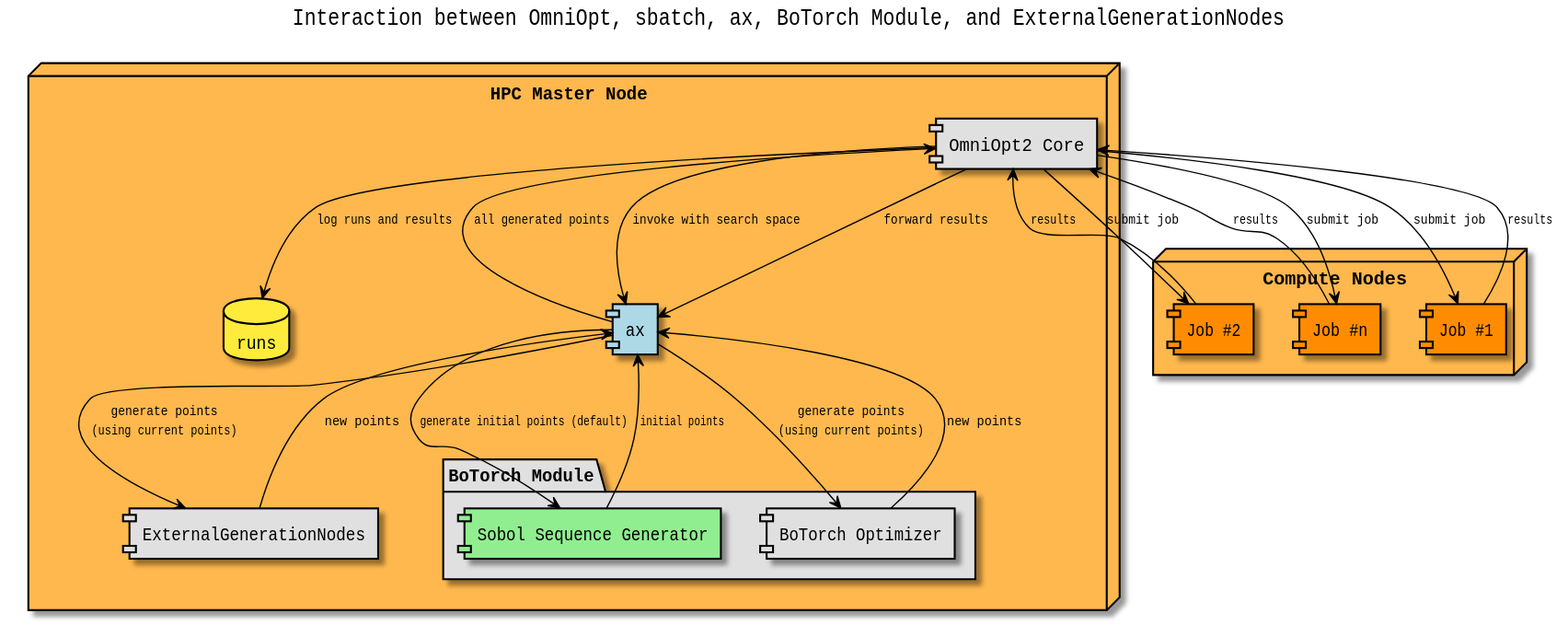
NormanTUD/OmniOpt keeps this PlantUML diagram as .gui/documentation/output_light_slurm/slurm.svg. Above is the earlier version.
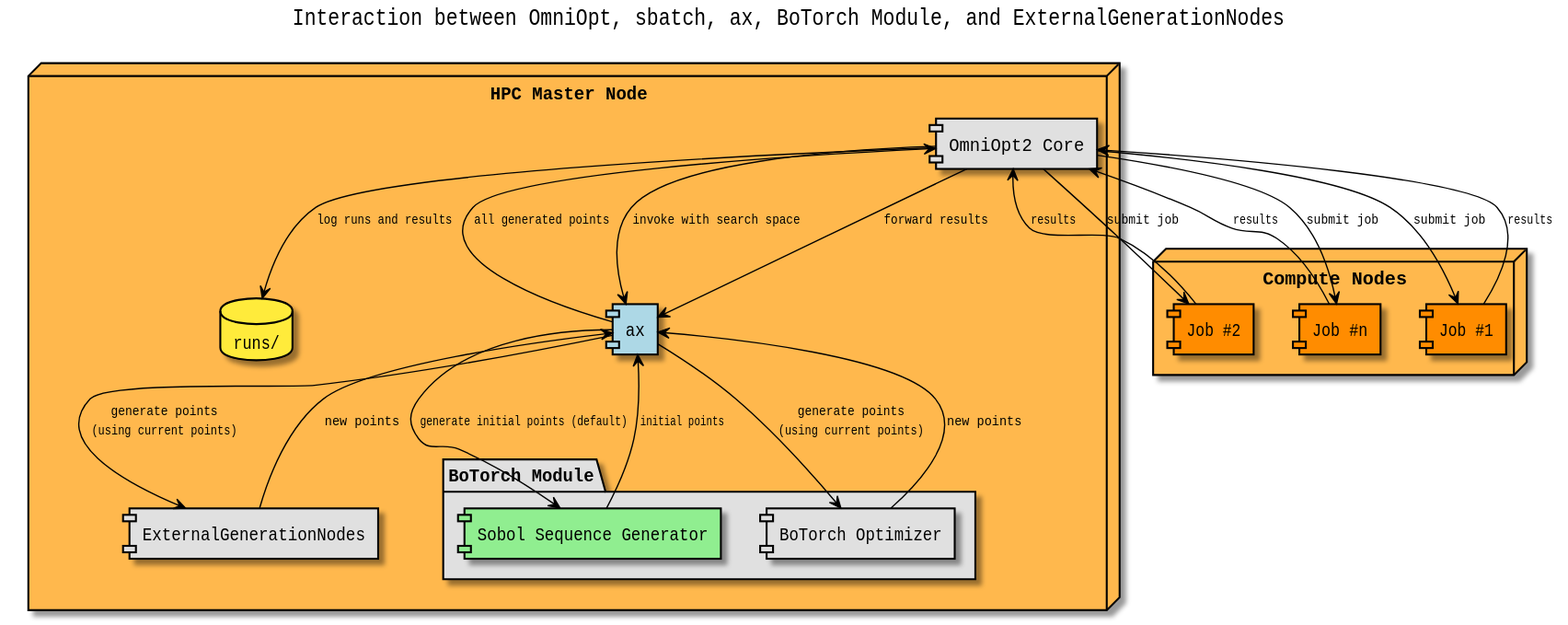
After the change.

Diff of the diagram source:
```diff
@@ -38,7 +38,7 @@
 
   component "ExternalGenerationNodes" as external_nodes
 
-  database "runs" as db_runs #FFEB3B
+  database "runs/" as db_runs #FFEB3B
 }
 
 node "Compute Nodes" as ComputeNodes {
```
